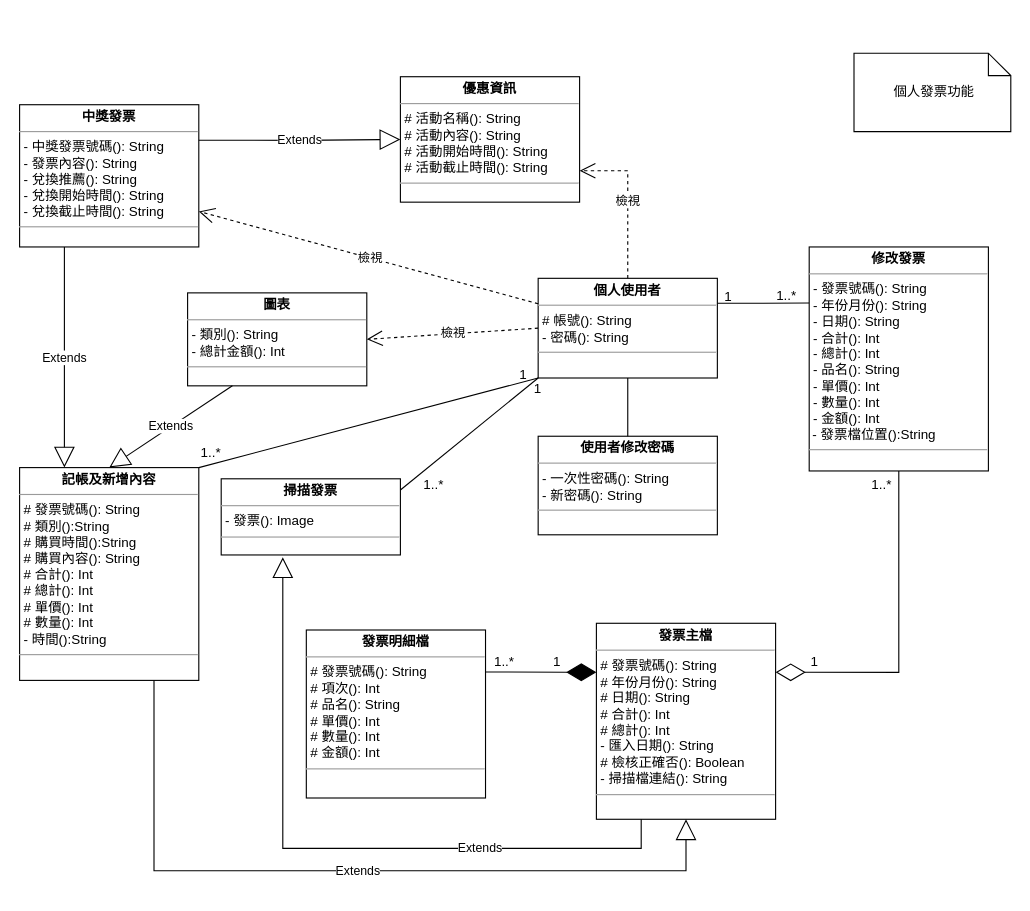
This is page "個人發票功能" (2 of 2) of 第五章 圖片繪製及匯出檔/分析類別圖-Analysisclass.drawio from dkf0723/BillAutoIdentify, a draw.io file, before an edit. Source tidied: cells renumbered, new cells numbered last; positions are measured from the earlier drawing's top-left corner, leaving out a move shared by most shapes. Both pictures are drawn from the tidied source at 112%, with x=0, y=0 at pixel (19, 53).
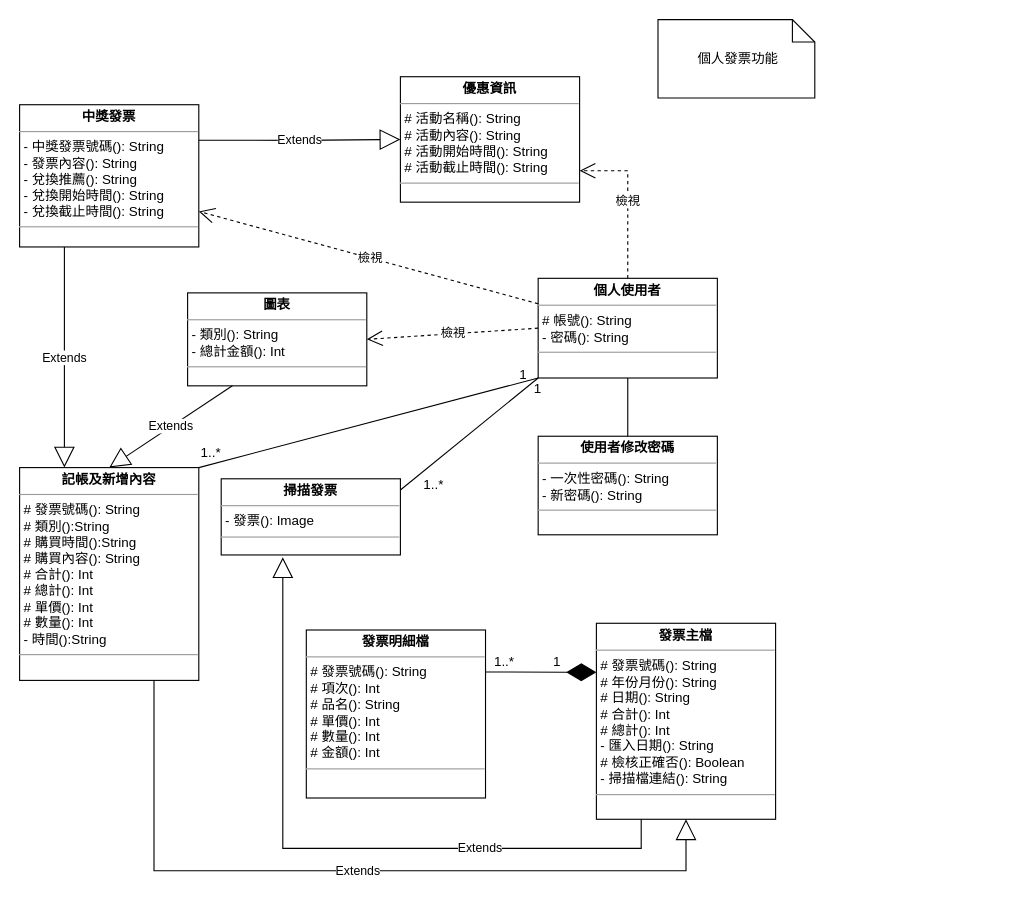
After the change.

Unchanged cells that the change refers to:
```xml
<mxCell id="3" value="&lt;p style=&quot;margin:0px;margin-top:4px;text-align:center;&quot;&gt;&lt;b&gt;發票主檔&lt;/b&gt;&lt;/p&gt;&lt;hr size=&quot;1&quot;&gt;&lt;p style=&quot;border-color: var(--border-color); margin: 0px 0px 0px 4px;&quot;&gt;# 發票號碼(): String&lt;/p&gt;&lt;p style=&quot;border-color: var(--border-color); margin: 0px 0px 0px 4px;&quot;&gt;# 年份月份(): String&lt;/p&gt;&lt;p style=&quot;border-color: var(--border-color); margin: 0px 0px 0px 4px;&quot;&gt;# 日期(): String&lt;/p&gt;&lt;p style=&quot;border-color: var(--border-color); margin: 0px 0px 0px 4px;&quot;&gt;# 合計(): Int&lt;/p&gt;&lt;p style=&quot;border-color: var(--border-color); margin: 0px 0px 0px 4px;&quot;&gt;# 總計(): Int&lt;/p&gt;&lt;p style=&quot;border-color: var(--border-color); margin: 0px 0px 0px 4px;&quot;&gt;- 匯入日期(): String&lt;/p&gt;&lt;p style=&quot;border-color: var(--border-color); margin: 0px 0px 0px 4px;&quot;&gt;# 檢核正確否(): Boolean&lt;/p&gt;&lt;p style=&quot;border-color: var(--border-color); margin: 0px 0px 0px 4px;&quot;&gt;- 掃描檔連結(): String&lt;/p&gt;&lt;hr size=&quot;1&quot;&gt;&lt;p style=&quot;margin:0px;margin-left:4px;&quot;&gt;&lt;br&gt;&lt;/p&gt;" style="verticalAlign=top;align=left;overflow=fill;fontSize=12;fontFamily=Helvetica;html=1;whiteSpace=wrap;" parent="1" vertex="1">
  <mxGeometry x="515" y="509" width="160" height="175" as="geometry" />
</mxCell>
<mxCell id="19" value="&lt;p style=&quot;margin:0px;margin-top:4px;text-align:center;&quot;&gt;&lt;b&gt;個人使用者&lt;/b&gt;&lt;/p&gt;&lt;hr size=&quot;1&quot;&gt;&lt;p style=&quot;border-color: var(--border-color); margin: 0px 0px 0px 4px;&quot;&gt;# 帳號(): String&lt;/p&gt;&lt;p style=&quot;border-color: var(--border-color); margin: 0px 0px 0px 4px;&quot;&gt;- 密碼(): String&lt;/p&gt;&lt;hr size=&quot;1&quot;&gt;&lt;p style=&quot;border-color: var(--border-color); margin: 0px 0px 0px 4px;&quot;&gt;&lt;br&gt;&lt;/p&gt;&lt;p style=&quot;border-color: var(--border-color); margin: 0px 0px 0px 4px;&quot;&gt;&lt;br&gt;&lt;/p&gt;" style="verticalAlign=top;align=left;overflow=fill;fontSize=12;fontFamily=Helvetica;html=1;whiteSpace=wrap;" parent="1" vertex="1">
  <mxGeometry x="463" y="201" width="160" height="89" as="geometry" />
</mxCell>
```

The edit, as a diff of the source:
```diff
@@
-    <mxCell id="6" style="edgeStyle=orthogonalEdgeStyle;rounded=0;jettySize=auto;html=1;entryX=0;entryY=0.25;entryDx=0;entryDy=0;endArrow=none;endFill=0;exitX=1;exitY=0.25;exitDx=0;exitDy=0;" parent="1" edge="1" source="19" target="11">
-      <mxGeometry relative="1" as="geometry" />
-    </mxCell>
@@
-    <mxCell id="11" value="&lt;p style=&quot;margin:0px;margin-top:4px;text-align:center;&quot;&gt;&lt;b&gt;修改發票&lt;/b&gt;&lt;/p&gt;&lt;hr size=&quot;1&quot;&gt;&lt;p style=&quot;border-color: var(--border-color); margin: 0px 0px 0px 4px;&quot;&gt;- 發票號碼(): String&lt;/p&gt;&lt;p style=&quot;border-color: var(--border-color); margin: 0px 0px 0px 4px;&quot;&gt;- 年份月份(): String&lt;/p&gt;&lt;p style=&quot;border-color: var(--border-color); margin: 0px 0px 0px 4px;&quot;&gt;- 日期(): String&lt;/p&gt;&lt;p style=&quot;border-color: var(--border-color); margin: 0px 0px 0px 4px;&quot;&gt;- 合計(): Int&lt;/p&gt;&lt;p style=&quot;border-color: var(--border-color); margin: 0px 0px 0px 4px;&quot;&gt;- 總計(): Int&lt;/p&gt;&lt;p style=&quot;border-color: var(--border-color); margin: 0px 0px 0px 4px;&quot;&gt;- 品名(): String&lt;/p&gt;&lt;p style=&quot;border-color: var(--border-color); margin: 0px 0px 0px 4px;&quot;&gt;- 單價(): Int&lt;/p&gt;&lt;p style=&quot;border-color: var(--border-color); margin: 0px 0px 0px 4px;&quot;&gt;- 數量(): Int&lt;/p&gt;&lt;p style=&quot;border-color: var(--border-color); margin: 0px 0px 0px 4px;&quot;&gt;- 金額(): Int&lt;/p&gt;&lt;div&gt;&amp;nbsp;- 發票檔位置():String&lt;br&gt;&lt;/div&gt;&lt;hr size=&quot;1&quot;&gt;&lt;p style=&quot;margin:0px;margin-left:4px;&quot;&gt;&lt;br&gt;&lt;/p&gt;" style="verticalAlign=top;align=left;overflow=fill;fontSize=12;fontFamily=Helvetica;html=1;whiteSpace=wrap;" parent="1" vertex="1">
-      <mxGeometry x="705" y="173" width="160" height="200" as="geometry" />
-    </mxCell>
-    <mxCell id="12" style="endArrow=diamondThin;endFill=0;endSize=24;html=1;rounded=0;entryX=1;entryY=0.25;entryDx=0;entryDy=0;exitX=0.5;exitY=1;exitDx=0;exitDy=0;edgeStyle=orthogonalEdgeStyle;" parent="1" edge="1" source="11" target="3">
-      <mxGeometry relative="1" as="geometry" />
-    </mxCell>
-    <mxCell id="13" value="1" style="text;html=1;strokeColor=none;fillColor=none;align=center;verticalAlign=middle;whiteSpace=wrap;rounded=0;" parent="1" vertex="1">
-      <mxGeometry x="608" y="208" width="50" height="20" as="geometry" />
-    </mxCell>
-    <mxCell id="14" value="1..*" style="text;html=1;strokeColor=none;fillColor=none;align=center;verticalAlign=middle;whiteSpace=wrap;rounded=0;" parent="1" vertex="1">
-      <mxGeometry x="660" y="207" width="50" height="20" as="geometry" />
-    </mxCell>
-    <mxCell id="15" value="1" style="text;html=1;strokeColor=none;fillColor=none;align=center;verticalAlign=middle;whiteSpace=wrap;rounded=0;" parent="1" vertex="1">
-      <mxGeometry x="685" y="534" width="50" height="20" as="geometry" />
-    </mxCell>
-    <mxCell id="16" value="1..*" style="text;html=1;strokeColor=none;fillColor=none;align=center;verticalAlign=middle;whiteSpace=wrap;rounded=0;" parent="1" vertex="1">
-      <mxGeometry x="745" y="376" width="50" height="20" as="geometry" />
-    </mxCell>
@@
     <mxCell id="20" value="&amp;nbsp;個人發票功能" style="shape=note;size=20;whiteSpace=wrap;html=1;" parent="1" vertex="1">
-      <mxGeometry x="745" width="140" height="70" as="geometry" />
+      <mxGeometry x="570" y="-30" width="140" height="70" as="geometry" />
     </mxCell>
```
